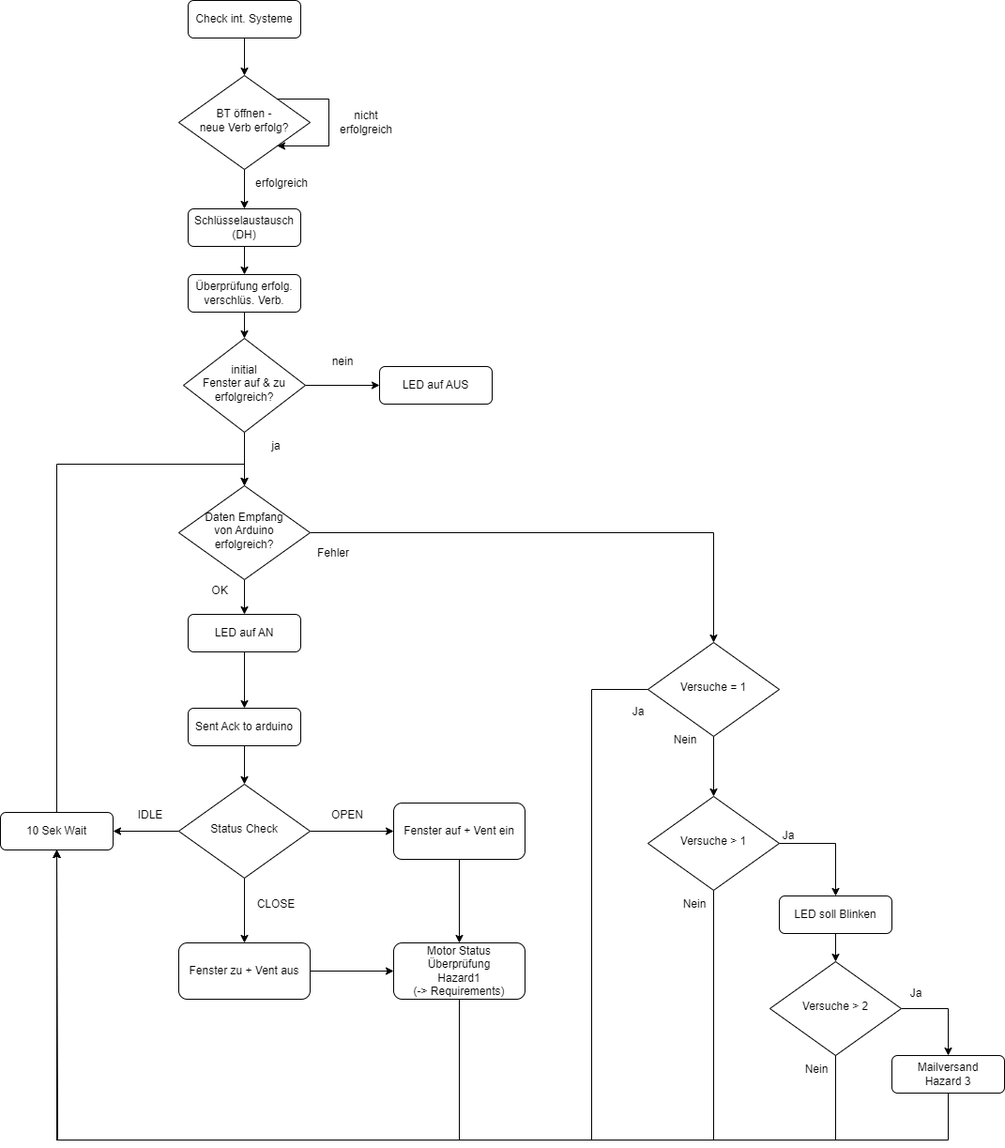
This is IDP_Designdokument/images/ablaufdiag_pi.drawio.png from apg1034/RoomVentilation, a draw.io export, as it was before one commit. Source tidied: cells renumbered, new cells last; positions are measured from the earlier drawing's top-left corner, leaving out a move shared by most shapes.
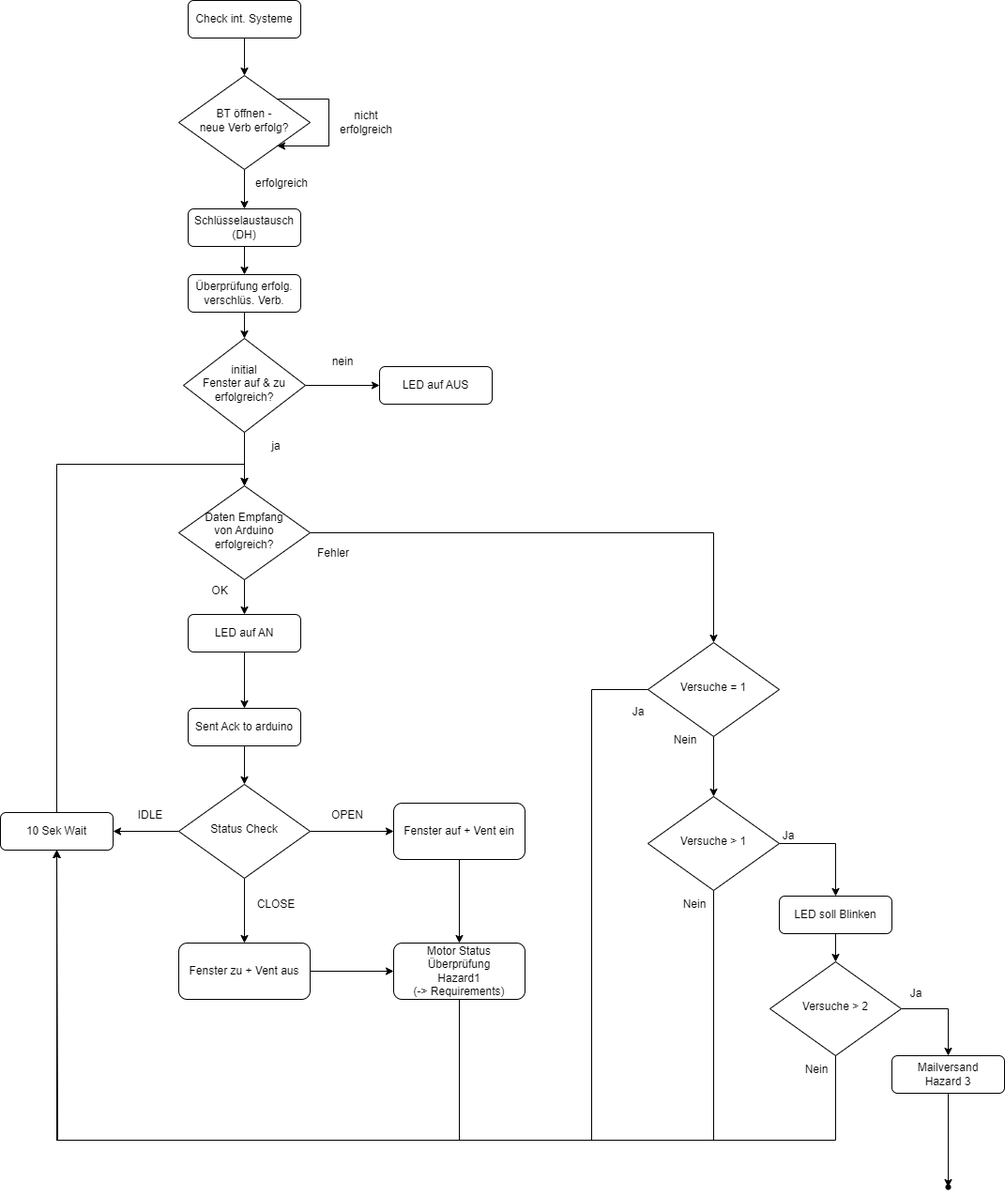
The same file after the commit.

Commit message:
Update: End after sending mail

The edit, as a diff of the source:
```diff
@@ -55,14 +55,9 @@
     <mxCell id="17" value="Ja" style="text;html=1;align=center;verticalAlign=middle;whiteSpace=wrap;rounded=0;" parent="1" vertex="1">
       <mxGeometry x="650" y="743" width="60" height="30" as="geometry" />
     </mxCell>
-    <mxCell id="18" style="edgeStyle=orthogonalEdgeStyle;rounded=0;jettySize=auto;html=1;exitX=0.5;exitY=1;exitDx=0;exitDy=0;entryX=0.5;entryY=1;entryDx=0;entryDy=0;" parent="1" edge="1" source="19" target="26">
-      <mxGeometry relative="1" as="geometry">
-        <Array as="points">
-          <mxPoint x="1010" y="1214" />
-          <mxPoint x="60" y="1214" />
-        </Array>
-      </mxGeometry>
-    </mxCell>
+    <mxCell id="62" style="edgeStyle=orthogonalEdgeStyle;rounded=0;jettySize=auto;html=1;" parent="1" edge="1" source="19" target="63">
+      <mxGeometry relative="1" as="geometry" />
+    </mxCell>
     <mxCell id="19" value="Mailversand&lt;br&gt;Hazard 3" style="rounded=1;whiteSpace=wrap;html=1;fontSize=12;glass=0;strokeWidth=1;shadow=0;" parent="1" vertex="1">
       <mxGeometry x="950" y="1124" width="120" height="40" as="geometry" />
     </mxCell>
@@ -218,5 +213,8 @@
     <mxCell id="61" value="OK" style="text;html=1;align=center;verticalAlign=middle;whiteSpace=wrap;rounded=0;" parent="1" vertex="1">
       <mxGeometry x="204" y="614" width="60" height="30" as="geometry" />
     </mxCell>
+    <mxCell id="63" style="shape=waypoint;sketch=0;size=6;points=[];fillColor=default;perimeter=centerPerimeter;snapToPoint=1;rounded=1;glass=0;strokeWidth=1;shadow=0;" parent="1" vertex="1">
+      <mxGeometry x="1000" y="1254" width="20" height="20" as="geometry" />
+    </mxCell>
   </root>
 </mxGraphModel>
```
